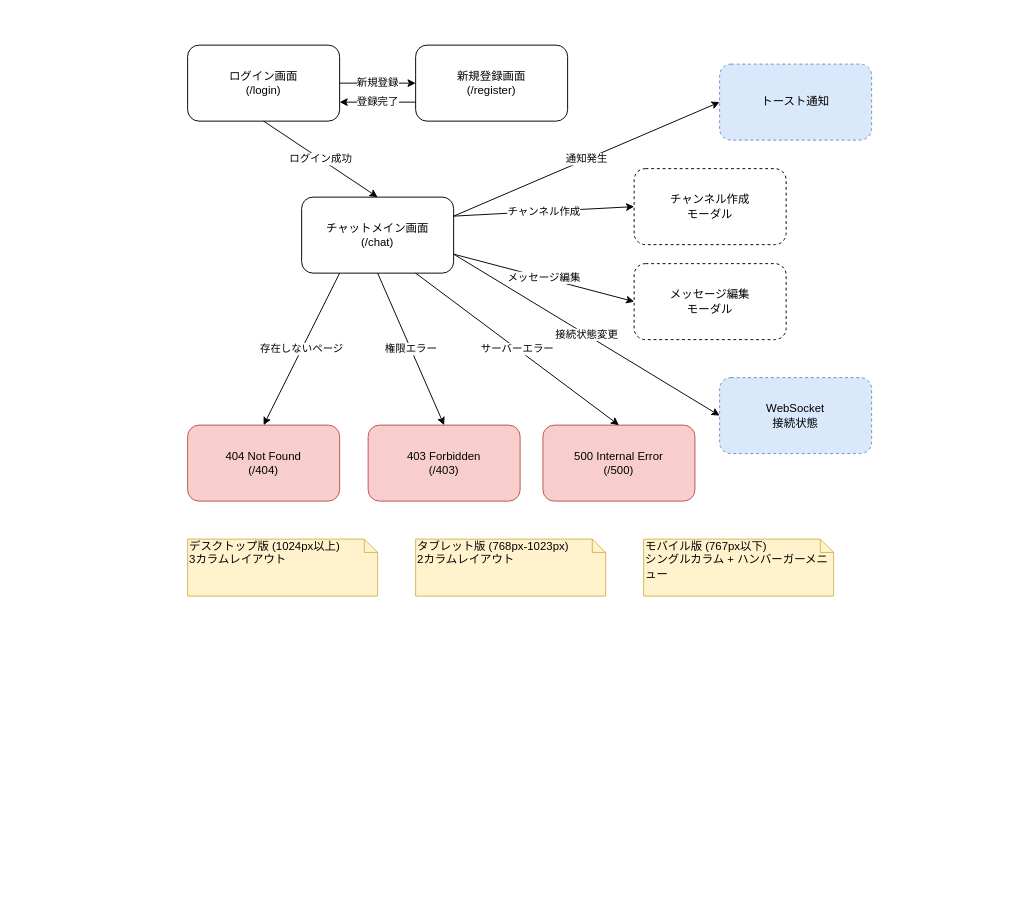
EDEN0412/EasyChat keeps this draw.io diagram as screen-flow.drawio. Above is the earlier version. Source tidied: cells renumbered, new cells numbered last; positions are measured from the earlier drawing's top-left corner, leaving out a move shared by most shapes. Both pictures are drawn from the tidied source at 95%, with x=0, y=0 at pixel (187, 45).
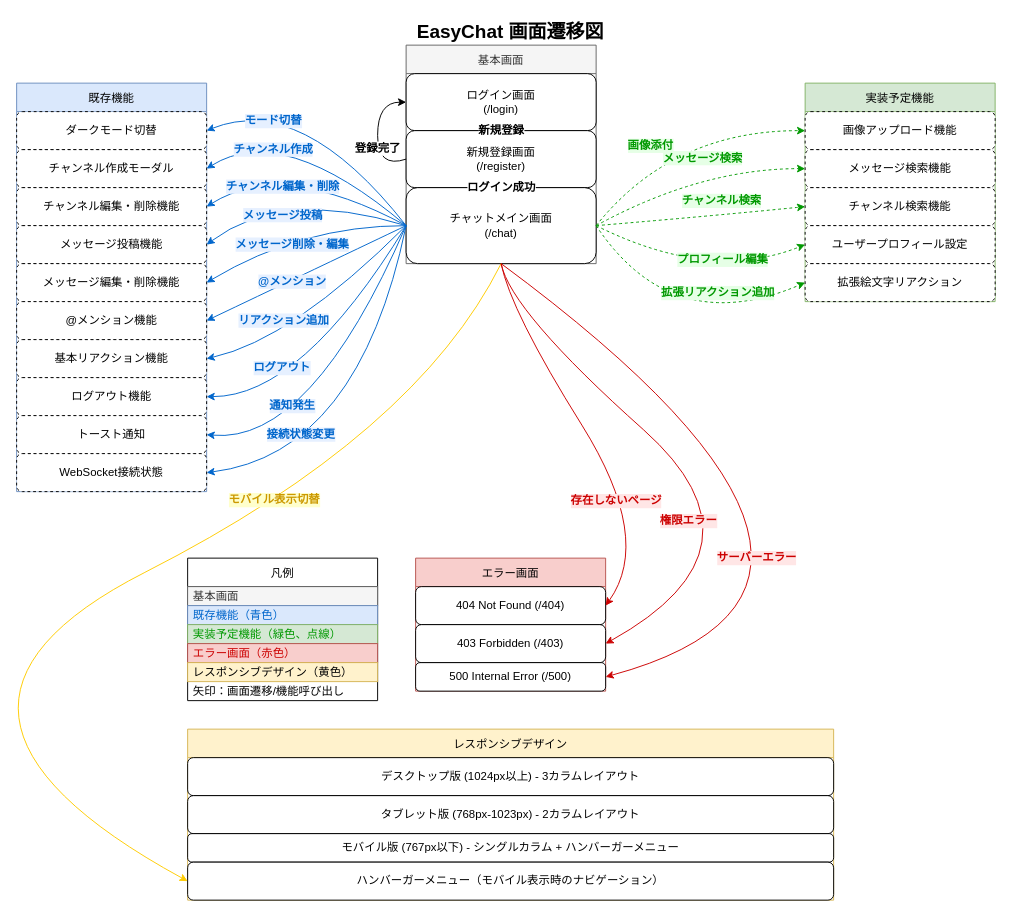
The same page after the edit.

Commit message (it also covers changes not shown here):
画面遷移図を大幅に更新し、アプリケーションの全体像を可視化

- 画面遷移図のレイアウトを大幅に改善
- 基本画面、既存機能、実装予定機能、エラー画面を色分けして整理
- レスポンシブデザインの詳細を追加
- 画面間の遷移と機能呼び出しを矢印で明確に表現
- 凡例を追加し、画面遷移図の理解を容易に

What changed in the source:
```diff
@@
+    <mxCell id="25" value="基本画面" style="swimlane;fontStyle=0;horizontal=1;startSize=30;fillColor=#f5f5f5;strokeColor=#666666;fontColor=#333333;" parent="1" vertex="1">
+      <mxGeometry x="230" width="200" height="230" as="geometry" />
+    </mxCell>
-    <mxCell id="2" value="ログイン画面&#10;(/login)" style="rounded=1;whiteSpace=wrap;html=1;" parent="1" vertex="1">
-      <mxGeometry width="160" height="80" as="geometry" />
+    <mxCell id="2" value="ログイン画面&#10;(/login)" style="rounded=1;whiteSpace=wrap;html=1;" parent="25" vertex="1">
+      <mxGeometry y="30" width="200" height="60" as="geometry" />
     </mxCell>
-    <mxCell id="3" value="新規登録画面&#10;(/register)" style="rounded=1;whiteSpace=wrap;html=1;" parent="1" vertex="1">
-      <mxGeometry x="240" width="160" height="80" as="geometry" />
+    <mxCell id="3" value="新規登録画面&#10;(/register)" style="rounded=1;whiteSpace=wrap;html=1;" parent="25" vertex="1">
+      <mxGeometry y="90" width="200" height="60" as="geometry" />
     </mxCell>
-    <mxCell id="4" value="チャットメイン画面&#10;(/chat)" style="rounded=1;whiteSpace=wrap;html=1;" parent="1" vertex="1">
-      <mxGeometry x="120" y="160" width="160" height="80" as="geometry" />
+    <mxCell id="4" value="チャットメイン画面&#10;(/chat)" style="rounded=1;whiteSpace=wrap;html=1;" parent="25" vertex="1">
+      <mxGeometry y="150" width="200" height="80" as="geometry" />
     </mxCell>
+    <mxCell id="26" value="既存機能" style="swimlane;fontStyle=0;horizontal=1;startSize=30;fillColor=#dae8fc;strokeColor=#6c8ebf;" parent="1" vertex="1">
+      <mxGeometry x="-180" y="40" width="200" height="430" as="geometry" />
+    </mxCell>
+    <mxCell id="27" value="ダークモード切替" style="rounded=1;whiteSpace=wrap;html=1;dashed=1;" parent="26" vertex="1">
+      <mxGeometry y="30" width="200" height="40" as="geometry" />
+    </mxCell>
-    <mxCell id="5" value="チャンネル作成&#10;モーダル" style="rounded=1;whiteSpace=wrap;html=1;dashed=1;" parent="1" vertex="1">
-      <mxGeometry x="470" y="130" width="160" height="80" as="geometry" />
+    <mxCell id="5" value="チャンネル作成モーダル" style="rounded=1;whiteSpace=wrap;html=1;dashed=1;" parent="26" vertex="1">
+      <mxGeometry y="70" width="200" height="40" as="geometry" />
     </mxCell>
+    <mxCell id="28" value="チャンネル編集・削除機能" style="rounded=1;whiteSpace=wrap;html=1;dashed=1;" parent="26" vertex="1">
+      <mxGeometry y="110" width="200" height="40" as="geometry" />
+    </mxCell>
+    <mxCell id="29" value="メッセージ投稿機能" style="rounded=1;whiteSpace=wrap;html=1;dashed=1;" parent="26" vertex="1">
+      <mxGeometry y="150" width="200" height="40" as="geometry" />
+    </mxCell>
-    <mxCell id="6" value="メッセージ編集&#10;モーダル" style="rounded=1;whiteSpace=wrap;html=1;dashed=1;" parent="1" vertex="1">
-      <mxGeometry x="470" y="230" width="160" height="80" as="geometry" />
+    <mxCell id="6" value="メッセージ編集・削除機能" style="rounded=1;whiteSpace=wrap;html=1;dashed=1;" parent="26" vertex="1">
+      <mxGeometry y="190" width="200" height="40" as="geometry" />
     </mxCell>
+    <mxCell id="30" value="@メンション機能" style="rounded=1;whiteSpace=wrap;html=1;dashed=1;" parent="26" vertex="1">
+      <mxGeometry y="230" width="200" height="40" as="geometry" />
+    </mxCell>
+    <mxCell id="31" value="基本リアクション機能" style="rounded=1;whiteSpace=wrap;html=1;dashed=1;" parent="26" vertex="1">
+      <mxGeometry y="270" width="200" height="40" as="geometry" />
+    </mxCell>
+    <mxCell id="32" value="ログアウト機能" style="rounded=1;whiteSpace=wrap;html=1;dashed=1;" parent="26" vertex="1">
+      <mxGeometry y="310" width="200" height="40" as="geometry" />
+    </mxCell>
+    <mxCell id="10" value="トースト通知" style="rounded=1;whiteSpace=wrap;html=1;dashed=1;" parent="26" vertex="1">
+      <mxGeometry y="350" width="200" height="40" as="geometry" />
+    </mxCell>
+    <mxCell id="11" value="WebSocket接続状態" style="rounded=1;whiteSpace=wrap;html=1;dashed=1;" parent="26" vertex="1">
+      <mxGeometry y="390" width="200" height="40" as="geometry" />
+    </mxCell>
+    <mxCell id="33" value="実装予定機能" style="swimlane;fontStyle=0;horizontal=1;startSize=30;fillColor=#d5e8d4;strokeColor=#82b366;" parent="1" vertex="1">
+      <mxGeometry x="650" y="40" width="200" height="230" as="geometry" />
+    </mxCell>
+    <mxCell id="34" value="画像アップロード機能" style="rounded=1;whiteSpace=wrap;html=1;dashed=1;" parent="33" vertex="1">
+      <mxGeometry y="30" width="200" height="40" as="geometry" />
+    </mxCell>
+    <mxCell id="35" value="メッセージ検索機能" style="rounded=1;whiteSpace=wrap;html=1;dashed=1;" parent="33" vertex="1">
+      <mxGeometry y="70" width="200" height="40" as="geometry" />
+    </mxCell>
+    <mxCell id="36" value="チャンネル検索機能" style="rounded=1;whiteSpace=wrap;html=1;dashed=1;" parent="33" vertex="1">
+      <mxGeometry y="110" width="200" height="40" as="geometry" />
+    </mxCell>
+    <mxCell id="37" value="ユーザープロフィール設定" style="rounded=1;whiteSpace=wrap;html=1;dashed=1;" parent="33" vertex="1">
+      <mxGeometry y="150" width="200" height="40" as="geometry" />
+    </mxCell>
+    <mxCell id="38" value="拡張絵文字リアクション" style="rounded=1;whiteSpace=wrap;html=1;dashed=1;" parent="33" vertex="1">
+      <mxGeometry y="190" width="200" height="40" as="geometry" />
+    </mxCell>
+    <mxCell id="39" value="エラー画面" style="swimlane;fontStyle=0;horizontal=1;startSize=30;fillColor=#f8cecc;strokeColor=#b85450;" parent="1" vertex="1">
+      <mxGeometry x="240" y="540" width="200" height="140" as="geometry" />
+    </mxCell>
-    <mxCell id="7" value="404 Not Found&#10;(/404)" style="rounded=1;whiteSpace=wrap;html=1;fillColor=#f8cecc;strokeColor=#b85450;" parent="1" vertex="1">
-      <mxGeometry y="400" width="160" height="80" as="geometry" />
+    <mxCell id="7" value="404 Not Found (/404)" style="rounded=1;whiteSpace=wrap;html=1;" parent="39" vertex="1">
+      <mxGeometry y="30" width="200" height="40" as="geometry" />
     </mxCell>
-    <mxCell id="8" value="403 Forbidden&#10;(/403)" style="rounded=1;whiteSpace=wrap;html=1;fillColor=#f8cecc;strokeColor=#b85450;" parent="1" vertex="1">
-      <mxGeometry x="190" y="400" width="160" height="80" as="geometry" />
+    <mxCell id="8" value="403 Forbidden (/403)" style="rounded=1;whiteSpace=wrap;html=1;" parent="39" vertex="1">
+      <mxGeometry y="70" width="200" height="40" as="geometry" />
     </mxCell>
-    <mxCell id="9" value="500 Internal Error&#10;(/500)" style="rounded=1;whiteSpace=wrap;html=1;fillColor=#f8cecc;strokeColor=#b85450;" parent="1" vertex="1">
-      <mxGeometry x="374" y="400" width="160" height="80" as="geometry" />
+    <mxCell id="9" value="500 Internal Error (/500)" style="rounded=1;whiteSpace=wrap;html=1;" parent="39" vertex="1">
+      <mxGeometry y="110" width="200" height="30" as="geometry" />
     </mxCell>
-    <mxCell id="10" value="トースト通知" style="rounded=1;whiteSpace=wrap;html=1;dashed=1;fillColor=#dae8fc;strokeColor=#6c8ebf;" parent="1" vertex="1">
-      <mxGeometry x="560" y="20" width="160" height="80" as="geometry" />
-    </mxCell>
-    <mxCell id="11" value="WebSocket&#10;接続状態" style="rounded=1;whiteSpace=wrap;html=1;dashed=1;fillColor=#dae8fc;strokeColor=#6c8ebf;" parent="1" vertex="1">
-      <mxGeometry x="560" y="350" width="160" height="80" as="geometry" />
-    </mxCell>
+    <mxCell id="40" value="レスポンシブデザイン" style="swimlane;fontStyle=0;horizontal=1;startSize=30;fillColor=#fff2cc;strokeColor=#d6b656;" parent="1" vertex="1">
+      <mxGeometry y="720" width="680" height="180" as="geometry" />
+    </mxCell>
+    <mxCell id="22" value="デスクトップ版 (1024px以上) - 3カラムレイアウト" style="rounded=1;whiteSpace=wrap;html=1;" parent="40" vertex="1">
+      <mxGeometry y="30" width="680" height="40" as="geometry" />
+    </mxCell>
+    <mxCell id="23" value="タブレット版 (768px-1023px) - 2カラムレイアウト" style="rounded=1;whiteSpace=wrap;html=1;" parent="40" vertex="1">
+      <mxGeometry y="70" width="680" height="40" as="geometry" />
+    </mxCell>
+    <mxCell id="24" value="モバイル版 (767px以下) - シングルカラム + ハンバーガーメニュー" style="rounded=1;whiteSpace=wrap;html=1;" parent="40" vertex="1">
+      <mxGeometry y="110" width="680" height="30" as="geometry" />
+    </mxCell>
+    <mxCell id="41" value="ハンバーガーメニュー（モバイル表示時のナビゲーション）" style="rounded=1;whiteSpace=wrap;html=1;" parent="40" vertex="1">
+      <mxGeometry y="140" width="680" height="40" as="geometry" />
+    </mxCell>
-    <mxCell id="12" value="新規登録" style="endArrow=classic;html=1;exitX=1;exitY=0.5;entryX=0;entryY=0.5;" parent="1" edge="1" source="2" target="3">
-      <mxGeometry relative="1" as="geometry" />
+    <mxCell id="12" value="新規登録" style="endArrow=classic;html=1;exitX=0.5;exitY=1;entryX=0.5;entryY=0;fontStyle=1;fontSize=12;labelBackgroundColor=#FFFFFF;" parent="1" edge="1" source="2" target="3">
+      <mxGeometry x="-0.2" relative="1" as="geometry" />
     </mxCell>
-    <mxCell id="13" value="登録完了" style="endArrow=classic;html=1;exitX=0;exitY=0.75;entryX=1;entryY=0.75;" parent="1" edge="1" source="3" target="2">
-      <mxGeometry relative="1" as="geometry" />
+    <mxCell id="13" value="登録完了" style="endArrow=classic;html=1;exitX=0;exitY=0.5;entryX=0;entryY=0.5;curved=1;fontStyle=1;fontSize=12;labelBackgroundColor=#FFFFFF;" parent="1" edge="1" source="3" target="2">
+      <mxGeometry x="-0.2" relative="1" as="geometry">
+        <Array as="points">
+          <mxPoint x="200" y="130" />
+          <mxPoint x="200" y="60" />
+        </Array>
+      </mxGeometry>
     </mxCell>
-    <mxCell id="14" value="ログイン成功" style="endArrow=classic;html=1;exitX=0.5;exitY=1;entryX=0.5;entryY=0;" parent="1" edge="1" source="2" target="4">
+    <mxCell id="14" value="ログイン成功" style="endArrow=classic;html=1;exitX=0.5;exitY=1;entryX=0.5;entryY=0;fontStyle=1;fontSize=12;labelBackgroundColor=#FFFFFF;" parent="1" edge="1" source="3" target="4">
       <mxGeometry relative="1" as="geometry" />
     </mxCell>
+    <mxCell id="42" value="モード切替" style="curved=1;endArrow=classic;html=1;exitX=0;exitY=0.5;entryX=1;entryY=0.5;strokeColor=#0066CC;fontColor=#0066CC;fontStyle=1;fontSize=12;labelBackgroundColor=#E6F0FF;exitDx=0;exitDy=0;entryDx=0;entryDy=0;" parent="1" edge="1" source="4" target="27">
+      <mxGeometry x="0.52" y="17" relative="1" as="geometry">
+        <Array as="points">
+          <mxPoint x="120" y="50" />
+        </Array>
+      </mxGeometry>
+    </mxCell>
-    <mxCell id="15" value="チャンネル作成" style="endArrow=classic;html=1;exitX=1;exitY=0.25;entryX=0;entryY=0.5;" parent="1" edge="1" source="4" target="5">
-      <mxGeometry relative="1" as="geometry" />
+    <mxCell id="15" value="チャンネル作成" style="curved=1;endArrow=classic;html=1;exitX=0;exitY=0.5;entryX=1;entryY=0.5;strokeColor=#0066CC;fontColor=#0066CC;fontStyle=1;fontSize=12;labelBackgroundColor=#E6F0FF;" parent="1" edge="1" source="4" target="5">
+      <mxGeometry x="0.47" y="20" relative="1" as="geometry">
+        <Array as="points">
+          <mxPoint x="100" y="80" />
+        </Array>
+      </mxGeometry>
     </mxCell>
+    <mxCell id="43" value="チャンネル編集・削除" style="curved=1;endArrow=classic;html=1;exitX=0;exitY=0.5;entryX=1;entryY=0.5;strokeColor=#0066CC;fontColor=#0066CC;fontStyle=1;fontSize=12;labelBackgroundColor=#E6F0FF;" parent="1" edge="1" source="4" target="28">
+      <mxGeometry x="0.35" y="25" relative="1" as="geometry">
+        <Array as="points">
+          <mxPoint x="100" y="120" />
+        </Array>
+      </mxGeometry>
+    </mxCell>
+    <mxCell id="44" value="メッセージ投稿" style="curved=1;endArrow=classic;html=1;exitX=0;exitY=0.5;entryX=1;entryY=0.5;strokeColor=#0066CC;fontColor=#0066CC;fontStyle=1;fontSize=12;labelBackgroundColor=#E6F0FF;" parent="1" edge="1" source="4" target="29">
+      <mxGeometry x="0.3" y="23" relative="1" as="geometry">
+        <Array as="points">
+          <mxPoint x="100" y="150" />
+        </Array>
+      </mxGeometry>
+    </mxCell>
-    <mxCell id="16" value="メッセージ編集" style="endArrow=classic;html=1;exitX=1;exitY=0.75;entryX=0;entryY=0.5;" parent="1" edge="1" source="4" target="6">
-      <mxGeometry relative="1" as="geometry" />
+    <mxCell id="16" value="メッセージ削除・編集" style="curved=1;endArrow=classic;html=1;exitX=0;exitY=0.5;entryX=1;entryY=0.5;strokeColor=#0066CC;fontColor=#0066CC;fontStyle=1;fontSize=12;labelBackgroundColor=#E6F0FF;" parent="1" edge="1" source="4" target="6">
+      <mxGeometry x="0.14" y="12" relative="1" as="geometry">
+        <Array as="points">
+          <mxPoint x="120" y="190" />
+        </Array>
+      </mxGeometry>
     </mxCell>
+    <mxCell id="45" value="@メンション" style="curved=1;endArrow=classic;html=1;exitX=0;exitY=0.5;entryX=1;entryY=0.5;strokeColor=#0066CC;fontColor=#0066CC;fontStyle=1;fontSize=12;labelBackgroundColor=#E6F0FF;" parent="1" edge="1" source="4" target="30">
+      <mxGeometry x="0.15" y="3" relative="1" as="geometry">
+        <mxPoint y="-1" as="offset" />
+      </mxGeometry>
+    </mxCell>
+    <mxCell id="46" value="リアクション追加" style="curved=1;endArrow=classic;html=1;exitX=0;exitY=0.5;entryX=1;entryY=0.5;strokeColor=#0066CC;fontColor=#0066CC;fontStyle=1;fontSize=12;labelBackgroundColor=#E6F0FF;" parent="1" edge="1" source="4" target="31">
+      <mxGeometry x="0.24" y="-21" relative="1" as="geometry">
+        <Array as="points">
+          <mxPoint x="110" y="310" />
+        </Array>
+      </mxGeometry>
+    </mxCell>
+    <mxCell id="47" value="ログアウト" style="curved=1;endArrow=classic;html=1;exitX=0;exitY=0.5;entryX=1;entryY=0.5;strokeColor=#0066CC;fontColor=#0066CC;fontStyle=1;fontSize=12;labelBackgroundColor=#E6F0FF;" parent="1" edge="1" source="4" target="32">
+      <mxGeometry x="0.49" y="-30" relative="1" as="geometry">
+        <Array as="points">
+          <mxPoint x="120" y="370" />
+        </Array>
+      </mxGeometry>
+    </mxCell>
+    <mxCell id="20" value="通知発生" style="curved=1;endArrow=classic;html=1;exitX=0;exitY=0.5;entryX=1;entryY=0.5;strokeColor=#0066CC;fontColor=#0066CC;fontStyle=1;fontSize=12;labelBackgroundColor=#E6F0FF;" parent="1" edge="1" source="4" target="10">
+      <mxGeometry x="0.23" y="-34" relative="1" as="geometry">
+        <Array as="points">
+          <mxPoint x="130" y="420" />
+        </Array>
+      </mxGeometry>
+    </mxCell>
+    <mxCell id="21" value="接続状態変更" style="curved=1;endArrow=classic;html=1;exitX=0;exitY=0.5;entryX=1;entryY=0.5;strokeColor=#0066CC;fontColor=#0066CC;fontStyle=1;fontSize=12;labelBackgroundColor=#E6F0FF;" parent="1" edge="1" source="4" target="11">
+      <mxGeometry x="0.49" y="-27" relative="1" as="geometry">
+        <Array as="points">
+          <mxPoint x="180" y="430" />
+        </Array>
+      </mxGeometry>
+    </mxCell>
+    <mxCell id="48" value="モバイル表示切替" style="curved=1;endArrow=classic;html=1;exitX=0.5;exitY=1;strokeColor=#FFCC00;fontColor=#CC9900;fontStyle=1;fontSize=12;labelBackgroundColor=#FFFFCC;" parent="1" edge="1" source="4">
+      <mxGeometry x="-0.4" y="-6" relative="1" as="geometry">
+        <mxPoint y="880" as="targetPoint" />
+        <Array as="points">
+          <mxPoint x="240" y="410" />
+          <mxPoint x="-330" y="700" />
+        </Array>
+      </mxGeometry>
+    </mxCell>
+    <mxCell id="49" value="画像添付" style="curved=1;endArrow=classic;html=1;exitX=1;exitY=0.5;entryX=0;entryY=0.5;dashed=1;strokeColor=#009900;fontColor=#009900;fontStyle=1;fontSize=12;labelBackgroundColor=#E6FFE6;" parent="1" edge="1" source="4" target="34">
+      <mxGeometry x="-0.25" y="8" relative="1" as="geometry">
+        <Array as="points">
+          <mxPoint x="510" y="90" />
+        </Array>
+      </mxGeometry>
+    </mxCell>
+    <mxCell id="50" value="メッセージ検索" style="curved=1;endArrow=classic;html=1;exitX=1;exitY=0.5;entryX=0;entryY=0.5;dashed=1;strokeColor=#009900;fontColor=#009900;fontStyle=1;fontSize=12;labelBackgroundColor=#E6FFE6;" parent="1" edge="1" source="4" target="35">
+      <mxGeometry x="0.08" y="11" relative="1" as="geometry">
+        <Array as="points">
+          <mxPoint x="540" y="130" />
+        </Array>
+      </mxGeometry>
+    </mxCell>
+    <mxCell id="51" value="チャンネル検索" style="curved=1;endArrow=classic;html=1;exitX=1;exitY=0.5;entryX=0;entryY=0.5;dashed=1;strokeColor=#009900;fontColor=#009900;fontStyle=1;fontSize=12;labelBackgroundColor=#E6FFE6;" parent="1" edge="1" source="4" target="36">
+      <mxGeometry x="0.21" y="15" relative="1" as="geometry">
+        <Array as="points">
+          <mxPoint x="550" y="180" />
+        </Array>
+      </mxGeometry>
+    </mxCell>
+    <mxCell id="52" value="プロフィール編集" style="curved=1;endArrow=classic;html=1;exitX=1;exitY=0.5;entryX=0;entryY=0.5;dashed=1;strokeColor=#009900;fontColor=#009900;fontStyle=1;fontSize=12;labelBackgroundColor=#E6FFE6;" parent="1" edge="1" source="4" target="37">
+      <mxGeometry x="0.28" y="18" relative="1" as="geometry">
+        <Array as="points">
+          <mxPoint x="550" y="250" />
+        </Array>
+      </mxGeometry>
+    </mxCell>
+    <mxCell id="53" value="拡張リアクション追加" style="curved=1;endArrow=classic;html=1;exitX=1;exitY=0.5;entryX=0;entryY=0.5;dashed=1;strokeColor=#009900;fontColor=#009900;fontStyle=1;fontSize=12;labelBackgroundColor=#E6FFE6;" parent="1" edge="1" source="4" target="38">
+      <mxGeometry x="0.4" y="26" relative="1" as="geometry">
+        <Array as="points">
+          <mxPoint x="510" y="310" />
+        </Array>
+      </mxGeometry>
+    </mxCell>
-    <mxCell id="17" value="存在しないページ" style="endArrow=classic;html=1;exitX=0.25;exitY=1;entryX=0.5;entryY=0;" parent="1" edge="1" source="4" target="7">
-      <mxGeometry relative="1" as="geometry" />
+    <mxCell id="17" value="存在しないページ" style="curved=1;endArrow=classic;html=1;exitX=0.5;exitY=1;entryX=1;entryY=0.5;strokeColor=#CC0000;fontColor=#CC0000;fontStyle=1;fontSize=12;labelBackgroundColor=#FFE6E6;entryDx=0;entryDy=0;" parent="1" edge="1" source="4" target="7">
+      <mxGeometry x="0.33" y="-13" relative="1" as="geometry">
+        <Array as="points">
+          <mxPoint x="340" y="280" />
+          <mxPoint x="490" y="520" />
+        </Array>
+        <mxPoint x="1" as="offset" />
+      </mxGeometry>
     </mxCell>
-    <mxCell id="18" value="権限エラー" style="endArrow=classic;html=1;exitX=0.5;exitY=1;entryX=0.5;entryY=0;" parent="1" edge="1" source="4" target="8">
-      <mxGeometry relative="1" as="geometry" />
+    <mxCell id="18" value="権限エラー" style="curved=1;endArrow=classic;html=1;exitX=0.5;exitY=1;entryX=1;entryY=0.5;strokeColor=#CC0000;fontColor=#CC0000;fontStyle=1;fontSize=12;labelBackgroundColor=#FFE6E6;entryDx=0;entryDy=0;" parent="1" edge="1" source="4" target="8">
+      <mxGeometry x="0.07" y="-40" relative="1" as="geometry">
+        <Array as="points">
+          <mxPoint x="340" y="280" />
+          <mxPoint x="620" y="530" />
+        </Array>
+      </mxGeometry>
     </mxCell>
-    <mxCell id="19" value="サーバーエラー" style="endArrow=classic;html=1;exitX=0.75;exitY=1;entryX=0.5;entryY=0;" parent="1" edge="1" source="4" target="9">
-      <mxGeometry relative="1" as="geometry" />
+    <mxCell id="19" value="サーバーエラー" style="curved=1;endArrow=classic;html=1;exitX=0.5;exitY=1;entryX=1;entryY=0.5;strokeColor=#CC0000;fontColor=#CC0000;fontStyle=1;fontSize=12;labelBackgroundColor=#FFE6E6;entryDx=0;entryDy=0;" parent="1" edge="1" source="4" target="9">
+      <mxGeometry x="0.6" y="-79" relative="1" as="geometry">
+        <Array as="points">
+          <mxPoint x="790" y="570" />
+        </Array>
+      </mxGeometry>
     </mxCell>
-    <mxCell id="20" value="通知発生" style="endArrow=classic;html=1;exitX=1;exitY=0.25;entryX=0;entryY=0.5;" parent="1" edge="1" source="4" target="10">
-      <mxGeometry relative="1" as="geometry" />
-    </mxCell>
-    <mxCell id="21" value="接続状態変更" style="endArrow=classic;html=1;exitX=1;exitY=0.75;entryX=0;entryY=0.5;" parent="1" edge="1" source="4" target="11">
-      <mxGeometry relative="1" as="geometry" />
-    </mxCell>
-    <mxCell id="22" value="デスクトップ版 (1024px以上)&#10;3カラムレイアウト" style="shape=note;whiteSpace=wrap;html=1;size=14;verticalAlign=top;align=left;spacingTop=-6;fillColor=#fff2cc;strokeColor=#d6b656;" parent="1" vertex="1">
-      <mxGeometry y="520" width="200" height="60" as="geometry" />
-    </mxCell>
-    <mxCell id="23" value="タブレット版 (768px-1023px)&#10;2カラムレイアウト" style="shape=note;whiteSpace=wrap;html=1;size=14;verticalAlign=top;align=left;spacingTop=-6;fillColor=#fff2cc;strokeColor=#d6b656;" parent="1" vertex="1">
-      <mxGeometry x="240" y="520" width="200" height="60" as="geometry" />
-    </mxCell>
-    <mxCell id="24" value="モバイル版 (767px以下)&#10;シングルカラム + ハンバーガーメニュー" style="shape=note;whiteSpace=wrap;html=1;size=14;verticalAlign=top;align=left;spacingTop=-6;fillColor=#fff2cc;strokeColor=#d6b656;" parent="1" vertex="1">
-      <mxGeometry x="480" y="520" width="200" height="60" as="geometry" />
-    </mxCell>
+    <mxCell id="54" value="凡例" style="swimlane;fontStyle=0;horizontal=1;startSize=30;" parent="1" vertex="1">
+      <mxGeometry y="540" width="200" height="150" as="geometry" />
+    </mxCell>
+    <mxCell id="55" value="基本画面" style="text;strokeColor=#666666;fillColor=#f5f5f5;align=left;verticalAlign=middle;spacingLeft=4;spacingRight=4;overflow=hidden;fontColor=#333333;" parent="54" vertex="1">
+      <mxGeometry y="30" width="200" height="20" as="geometry" />
+    </mxCell>
+    <mxCell id="56" value="既存機能（青色）" style="text;strokeColor=#6c8ebf;fillColor=#dae8fc;align=left;verticalAlign=middle;spacingLeft=4;spacingRight=4;overflow=hidden;fontColor=#0066CC;" parent="54" vertex="1">
+      <mxGeometry y="50" width="200" height="20" as="geometry" />
+    </mxCell>
+    <mxCell id="57" value="実装予定機能（緑色、点線）" style="text;strokeColor=#82b366;fillColor=#d5e8d4;align=left;verticalAlign=middle;spacingLeft=4;spacingRight=4;overflow=hidden;fontColor=#009900;" parent="54" vertex="1">
+      <mxGeometry y="70" width="200" height="20" as="geometry" />
+    </mxCell>
+    <mxCell id="58" value="エラー画面（赤色）" style="text;strokeColor=#b85450;fillColor=#f8cecc;align=left;verticalAlign=middle;spacingLeft=4;spacingRight=4;overflow=hidden;fontColor=#CC0000;" parent="54" vertex="1">
+      <mxGeometry y="90" width="200" height="20" as="geometry" />
+    </mxCell>
+    <mxCell id="59" value="レスポンシブデザイン（黄色）" style="text;strokeColor=#d6b656;fillColor=#fff2cc;align=left;verticalAlign=middle;spacingLeft=4;spacingRight=4;overflow=hidden;fontSize=12;" parent="54" vertex="1">
+      <mxGeometry y="110" width="200" height="20" as="geometry" />
+    </mxCell>
+    <mxCell id="60" value="矢印：画面遷移/機能呼び出し" style="text;align=left;verticalAlign=middle;spacingLeft=4;spacingRight=4;overflow=hidden;fontSize=12;" parent="54" vertex="1">
+      <mxGeometry y="130" width="200" height="20" as="geometry" />
+    </mxCell>
+    <mxCell id="61" value="EasyChat 画面遷移図" style="text;html=1;strokeColor=none;fillColor=none;align=center;verticalAlign=middle;whiteSpace=wrap;rounded=0;fontSize=20;fontStyle=1;" parent="1" vertex="1">
+      <mxGeometry x="175" y="-30" width="330" height="30" as="geometry" />
+    </mxCell>
```
